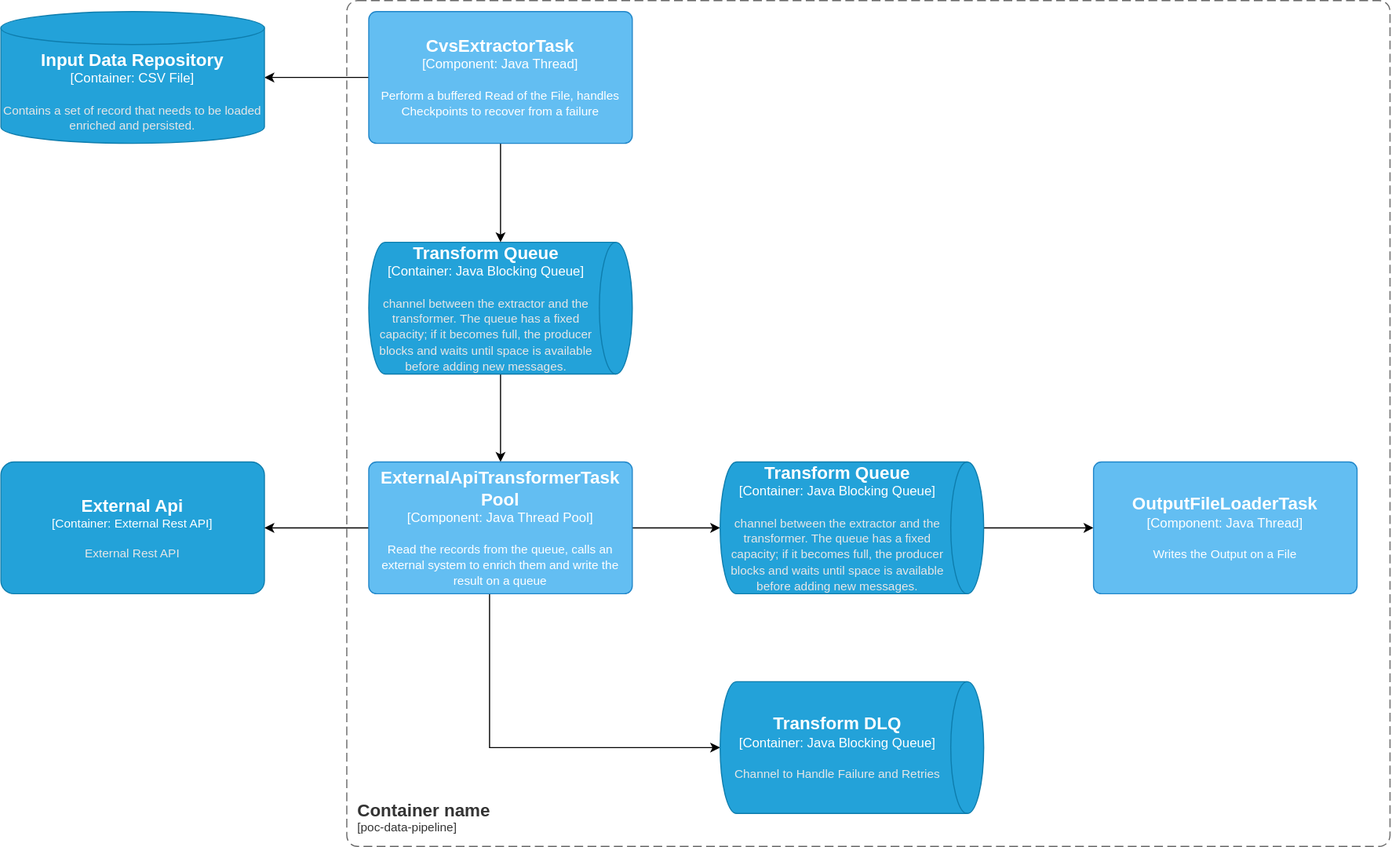
Earlier version of the draw.io export architecture.svg (ciro-morelli-poc/poc-data-pipeline). Source tidied: cells renumbered, new cells last; positions are measured from the earlier drawing's top-left corner, leaving out a move shared by most shapes. Source of this version:
```xml
<mxGraphModel>
  <root>
    <mxCell id="0" />
    <mxCell id="1" parent="0" />
    <mxCell id="2" style="edgeStyle=orthogonalEdgeStyle;rounded=0;jettySize=auto;html=1;" parent="1" edge="1" source="3" target="13">
      <mxGeometry relative="1" as="geometry" />
    </mxCell>
    <object id="3" label="&lt;font style=&quot;font-size: 16px&quot;&gt;&lt;b&gt;%c4Name%&lt;/b&gt;&lt;/font&gt;&lt;div&gt;[%c4Type%:&amp;nbsp;%c4Technology%]&lt;/div&gt;&lt;br&gt;&lt;div&gt;&lt;font style=&quot;font-size: 11px&quot;&gt;&lt;font color=&quot;#E6E6E6&quot;&gt;%c4Description%&lt;/font&gt;&lt;/div&gt;" c4Description="channel between the extractor and the transformer. The queue has a fixed capacity; if it becomes full, the producer blocks and waits until space is available before adding new messages." c4Name="Transform Queue" c4Technology="Java Blocking Queue" c4Type="Container" placeholders="1">
      <mxCell style="shape=cylinder3;size=15;direction=south;whiteSpace=wrap;html=1;boundedLbl=1;rounded=0;labelBackgroundColor=none;fillColor=#23A2D9;fontSize=12;fontColor=#ffffff;align=center;strokeColor=#0E7DAD;points=[[0.5,0,0],[1,0.25,0],[1,0.5,0],[1,0.75,0],[0.5,1,0],[0,0.75,0],[0,0.5,0],[0,0.25,0]];" parent="1" vertex="1">
        <mxGeometry x="335" y="220" width="240" height="120" as="geometry" />
      </mxCell>
    </object>
    <mxCell id="4" style="edgeStyle=orthogonalEdgeStyle;rounded=0;jettySize=auto;html=1;" parent="1" edge="1" source="15" target="3">
      <mxGeometry relative="1" as="geometry" />
    </mxCell>
    <mxCell id="5" style="edgeStyle=orthogonalEdgeStyle;rounded=0;jettySize=auto;html=1;" parent="1" edge="1" source="15" target="6">
      <mxGeometry relative="1" as="geometry" />
    </mxCell>
    <object id="6" label="&lt;font style=&quot;font-size: 16px&quot;&gt;&lt;b&gt;%c4Name%&lt;/b&gt;&lt;/font&gt;&lt;div&gt;[%c4Type%:&amp;nbsp;%c4Technology%]&lt;/div&gt;&lt;br&gt;&lt;div&gt;&lt;font style=&quot;font-size: 11px&quot;&gt;&lt;font color=&quot;#E6E6E6&quot;&gt;%c4Description%&lt;/font&gt;&lt;/div&gt;" c4Description="Contains a set of record that needs to be loaded enriched and persisted." c4Name="Input Data Repository" c4Technology="CSV File" c4Type="Container" placeholders="1">
      <mxCell style="shape=cylinder3;size=15;whiteSpace=wrap;html=1;boundedLbl=1;rounded=0;labelBackgroundColor=none;fillColor=#23A2D9;fontSize=12;fontColor=#ffffff;align=center;strokeColor=#0E7DAD;points=[[0.5,0,0],[1,0.25,0],[1,0.5,0],[1,0.75,0],[0.5,1,0],[0,0.75,0],[0,0.5,0],[0,0.25,0]];" parent="1" vertex="1">
        <mxGeometry y="10" width="240" height="120" as="geometry" />
      </mxCell>
    </object>
    <mxCell id="7" style="edgeStyle=orthogonalEdgeStyle;rounded=0;jettySize=auto;html=1;" parent="1" edge="1" source="13" target="11">
      <mxGeometry relative="1" as="geometry" />
    </mxCell>
    <mxCell id="8" style="edgeStyle=orthogonalEdgeStyle;rounded=0;jettySize=auto;html=1;" parent="1" edge="1" source="13" target="14">
      <mxGeometry relative="1" as="geometry">
        <Array as="points">
          <mxPoint x="445" y="680" />
        </Array>
      </mxGeometry>
    </mxCell>
    <object id="9" label="&lt;font style=&quot;font-size: 16px&quot;&gt;&lt;b&gt;%c4Name%&lt;/b&gt;&lt;/font&gt;&lt;div&gt;[%c4Type%: %c4Technology%]&lt;/div&gt;&lt;br&gt;&lt;div&gt;&lt;font style=&quot;font-size: 11px&quot;&gt;&lt;font color=&quot;#E6E6E6&quot;&gt;%c4Description%&lt;/font&gt;&lt;/div&gt;" c4Description="External Rest API" c4Name="External Api" c4Technology="External Rest API" c4Type="Container" placeholders="1">
      <mxCell style="rounded=1;whiteSpace=wrap;html=1;fontSize=11;labelBackgroundColor=none;fillColor=#23A2D9;fontColor=#ffffff;align=center;arcSize=10;strokeColor=#0E7DAD;points=[[0.25,0,0],[0.5,0,0],[0.75,0,0],[1,0.25,0],[1,0.5,0],[1,0.75,0],[0.75,1,0],[0.5,1,0],[0.25,1,0],[0,0.75,0],[0,0.5,0],[0,0.25,0]];" parent="1" vertex="1">
        <mxGeometry y="420" width="240" height="120" as="geometry" />
      </mxCell>
    </object>
    <mxCell id="10" style="edgeStyle=orthogonalEdgeStyle;rounded=0;jettySize=auto;html=1;" parent="1" edge="1" source="11" target="17">
      <mxGeometry relative="1" as="geometry" />
    </mxCell>
    <object id="11" label="&lt;font style=&quot;font-size: 16px&quot;&gt;&lt;b&gt;%c4Name%&lt;/b&gt;&lt;/font&gt;&lt;div&gt;[%c4Type%:&amp;nbsp;%c4Technology%]&lt;/div&gt;&lt;br&gt;&lt;div&gt;&lt;font style=&quot;font-size: 11px&quot;&gt;&lt;font color=&quot;#E6E6E6&quot;&gt;%c4Description%&lt;/font&gt;&lt;/div&gt;" c4Description="channel between the extractor and the transformer. The queue has a fixed capacity; if it becomes full, the producer blocks and waits until space is available before adding new messages." c4Name="Transform Queue" c4Technology="Java Blocking Queue" c4Type="Container" placeholders="1">
      <mxCell style="shape=cylinder3;size=15;direction=south;whiteSpace=wrap;html=1;boundedLbl=1;rounded=0;labelBackgroundColor=none;fillColor=#23A2D9;fontSize=12;fontColor=#ffffff;align=center;strokeColor=#0E7DAD;points=[[0.5,0,0],[1,0.25,0],[1,0.5,0],[1,0.75,0],[0.5,1,0],[0,0.75,0],[0,0.5,0],[0,0.25,0]];" parent="1" vertex="1">
        <mxGeometry x="655" y="420" width="240" height="120" as="geometry" />
      </mxCell>
    </object>
    <mxCell id="12" style="edgeStyle=orthogonalEdgeStyle;rounded=0;jettySize=auto;html=1;" parent="1" edge="1" source="13" target="9">
      <mxGeometry relative="1" as="geometry" />
    </mxCell>
    <object id="13" label="&lt;font style=&quot;font-size: 16px&quot;&gt;&lt;b&gt;%c4Name%&lt;/b&gt;&lt;/font&gt;&lt;div&gt;[%c4Type%: %c4Technology%]&lt;/div&gt;&lt;br&gt;&lt;div&gt;&lt;font style=&quot;font-size: 11px&quot;&gt;%c4Description%&lt;/font&gt;&lt;/div&gt;" c4Description="Read the records from the queue, calls an external system to enrich them and write the result on a queue" c4Name="ExternalApiTransformerTask Pool" c4Technology="Java Thread Pool" c4Type="Component" placeholders="1">
      <mxCell style="rounded=1;whiteSpace=wrap;html=1;labelBackgroundColor=none;fillColor=#63BEF2;fontColor=#ffffff;align=center;arcSize=6;strokeColor=#2086C9;points=[[0.25,0,0],[0.5,0,0],[0.75,0,0],[1,0.25,0],[1,0.5,0],[1,0.75,0],[0.75,1,0],[0.5,1,0],[0.25,1,0],[0,0.75,0],[0,0.5,0],[0,0.25,0]];" parent="1" vertex="1">
        <mxGeometry x="335" y="420" width="240" height="120" as="geometry" />
      </mxCell>
    </object>
    <object id="14" label="&lt;font style=&quot;font-size: 16px&quot;&gt;&lt;b&gt;%c4Name%&lt;/b&gt;&lt;/font&gt;&lt;div&gt;[%c4Type%:&amp;nbsp;%c4Technology%]&lt;/div&gt;&lt;br&gt;&lt;div&gt;&lt;font style=&quot;font-size: 11px&quot;&gt;&lt;font color=&quot;#E6E6E6&quot;&gt;%c4Description%&lt;/font&gt;&lt;/div&gt;" c4Description="Channel to Handle Failure and Retries" c4Name="Transform DLQ" c4Technology="Java Blocking Queue" c4Type="Container" placeholders="1">
      <mxCell style="shape=cylinder3;size=15;direction=south;whiteSpace=wrap;html=1;boundedLbl=1;rounded=0;labelBackgroundColor=none;fillColor=#23A2D9;fontSize=12;fontColor=#ffffff;align=center;strokeColor=#0E7DAD;points=[[0.5,0,0],[1,0.25,0],[1,0.5,0],[1,0.75,0],[0.5,1,0],[0,0.75,0],[0,0.5,0],[0,0.25,0]];" parent="1" vertex="1">
        <mxGeometry x="655" y="620" width="240" height="120" as="geometry" />
      </mxCell>
    </object>
    <object id="15" label="&lt;font style=&quot;font-size: 16px&quot;&gt;&lt;b&gt;%c4Name%&lt;/b&gt;&lt;/font&gt;&lt;div&gt;[%c4Type%: %c4Technology%]&lt;/div&gt;&lt;br&gt;&lt;div&gt;&lt;font style=&quot;font-size: 11px&quot;&gt;%c4Description%&lt;/font&gt;&lt;/div&gt;" c4Description="Perform a buffered Read of the File, handles Checkpoints to recover from a failure" c4Name="CvsExtractorTask" c4Technology="Java Thread" c4Type="Component" placeholders="1">
      <mxCell style="rounded=1;whiteSpace=wrap;html=1;labelBackgroundColor=none;fillColor=#63BEF2;fontColor=#ffffff;align=center;arcSize=6;strokeColor=#2086C9;points=[[0.25,0,0],[0.5,0,0],[0.75,0,0],[1,0.25,0],[1,0.5,0],[1,0.75,0],[0.75,1,0],[0.5,1,0],[0.25,1,0],[0,0.75,0],[0,0.5,0],[0,0.25,0]];" parent="1" vertex="1">
        <mxGeometry x="335" y="10" width="240" height="120" as="geometry" />
      </mxCell>
    </object>
    <object id="16" label="&lt;font style=&quot;font-size: 16px&quot;&gt;&lt;b&gt;&lt;div style=&quot;text-align: left&quot;&gt;%c4Name%&lt;/div&gt;&lt;/b&gt;&lt;/font&gt;&lt;div style=&quot;text-align: left&quot;&gt;[%c4Application%]&lt;/div&gt;" c4Application="poc-data-pipeline" c4Name="Container name" c4Type="ContainerScopeBoundary" placeholders="1">
      <mxCell style="rounded=1;fontSize=11;whiteSpace=wrap;html=1;dashed=1;arcSize=20;fillColor=none;strokeColor=#666666;fontColor=#333333;labelBackgroundColor=none;align=left;verticalAlign=bottom;labelBorderColor=none;spacingTop=0;spacing=10;dashPattern=8 4;perimeter=rectanglePerimeter;noLabel=0;labelPadding=0;absoluteArcSize=1;" parent="1" vertex="1">
        <mxGeometry x="315" width="950" height="770" as="geometry" />
      </mxCell>
    </object>
    <object id="17" label="&lt;font style=&quot;font-size: 16px&quot;&gt;&lt;b&gt;%c4Name%&lt;/b&gt;&lt;/font&gt;&lt;div&gt;[%c4Type%: %c4Technology%]&lt;/div&gt;&lt;br&gt;&lt;div&gt;&lt;font style=&quot;font-size: 11px&quot;&gt;%c4Description%&lt;/font&gt;&lt;/div&gt;" c4Description="Writes the Output on a File" c4Name="OutputFileLoaderTask" c4Technology="Java Thread" c4Type="Component" placeholders="1">
      <mxCell style="rounded=1;whiteSpace=wrap;html=1;labelBackgroundColor=none;fillColor=#63BEF2;fontColor=#ffffff;align=center;arcSize=6;strokeColor=#2086C9;points=[[0.25,0,0],[0.5,0,0],[0.75,0,0],[1,0.25,0],[1,0.5,0],[1,0.75,0],[0.75,1,0],[0.5,1,0],[0.25,1,0],[0,0.75,0],[0,0.5,0],[0,0.25,0]];" parent="1" vertex="1">
        <mxGeometry x="995" y="420" width="240" height="120" as="geometry" />
      </mxCell>
    </object>
  </root>
</mxGraphModel>
```
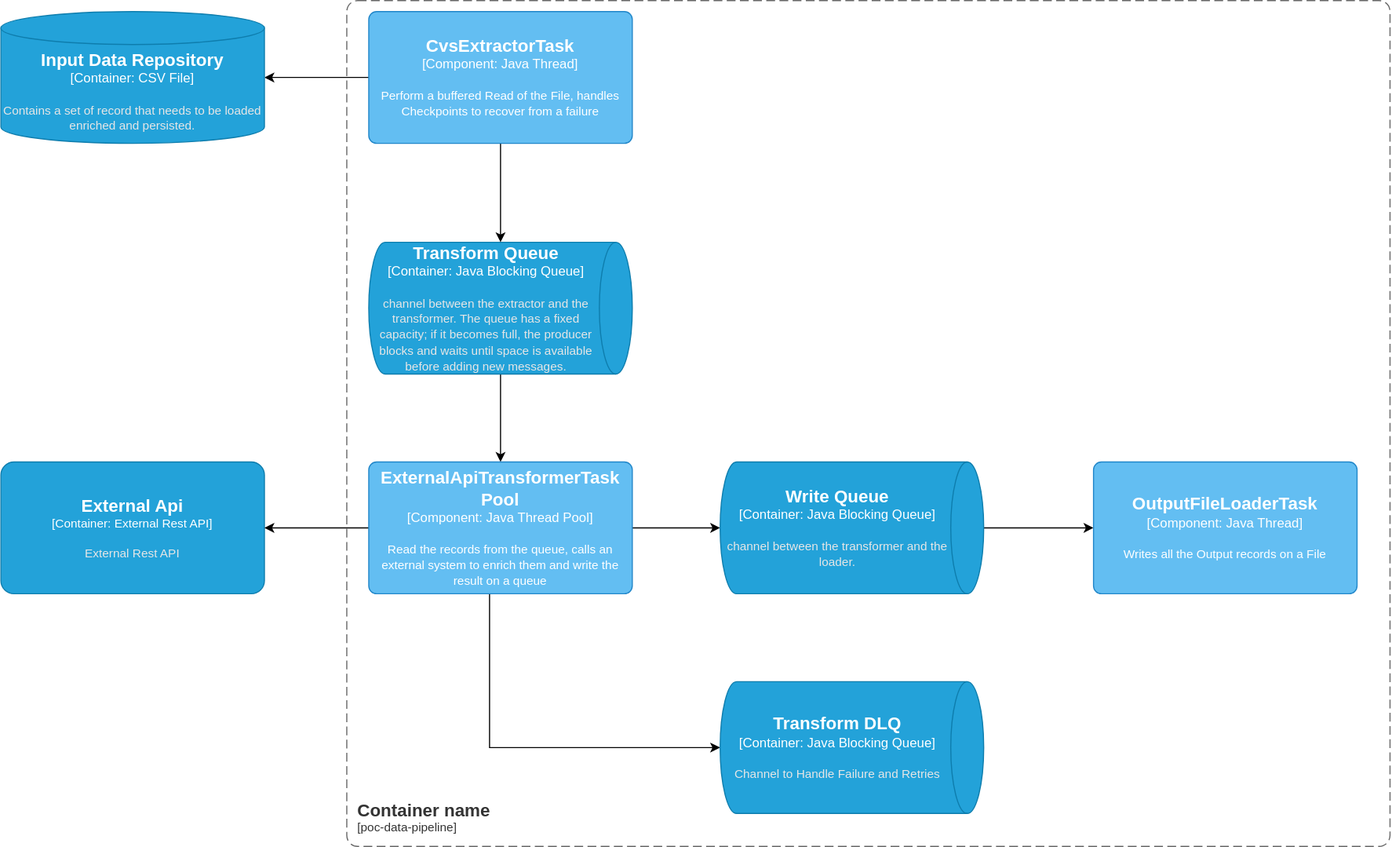
The same file after the commit.

Commit message:
docs(c4): correct typos

Diff of the diagram source:
```diff
@@ -39,7 +39,7 @@
     <mxCell id="10" style="edgeStyle=orthogonalEdgeStyle;rounded=0;jettySize=auto;html=1;" parent="1" edge="1" source="11" target="17">
       <mxGeometry relative="1" as="geometry" />
     </mxCell>
-    <object id="11" label="&lt;font style=&quot;font-size: 16px&quot;&gt;&lt;b&gt;%c4Name%&lt;/b&gt;&lt;/font&gt;&lt;div&gt;[%c4Type%:&amp;nbsp;%c4Technology%]&lt;/div&gt;&lt;br&gt;&lt;div&gt;&lt;font style=&quot;font-size: 11px&quot;&gt;&lt;font color=&quot;#E6E6E6&quot;&gt;%c4Description%&lt;/font&gt;&lt;/div&gt;" c4Description="channel between the extractor and the transformer. The queue has a fixed capacity; if it becomes full, the producer blocks and waits until space is available before adding new messages." c4Name="Transform Queue" c4Technology="Java Blocking Queue" c4Type="Container" placeholders="1">
+    <object id="11" label="&lt;font style=&quot;font-size: 16px&quot;&gt;&lt;b&gt;%c4Name%&lt;/b&gt;&lt;/font&gt;&lt;div&gt;[%c4Type%:&amp;nbsp;%c4Technology%]&lt;/div&gt;&lt;br&gt;&lt;div&gt;&lt;font style=&quot;font-size: 11px&quot;&gt;&lt;font color=&quot;#E6E6E6&quot;&gt;%c4Description%&lt;/font&gt;&lt;/div&gt;" c4Description="channel between the transformer and the loader." c4Name="Write Queue" c4Technology="Java Blocking Queue" c4Type="Container" placeholders="1">
       <mxCell style="shape=cylinder3;size=15;direction=south;whiteSpace=wrap;html=1;boundedLbl=1;rounded=0;labelBackgroundColor=none;fillColor=#23A2D9;fontSize=12;fontColor=#ffffff;align=center;strokeColor=#0E7DAD;points=[[0.5,0,0],[1,0.25,0],[1,0.5,0],[1,0.75,0],[0.5,1,0],[0,0.75,0],[0,0.5,0],[0,0.25,0]];" parent="1" vertex="1">
         <mxGeometry x="655" y="420" width="240" height="120" as="geometry" />
       </mxCell>
@@ -67,7 +67,7 @@
         <mxGeometry x="315" width="950" height="770" as="geometry" />
       </mxCell>
     </object>
-    <object id="17" label="&lt;font style=&quot;font-size: 16px&quot;&gt;&lt;b&gt;%c4Name%&lt;/b&gt;&lt;/font&gt;&lt;div&gt;[%c4Type%: %c4Technology%]&lt;/div&gt;&lt;br&gt;&lt;div&gt;&lt;font style=&quot;font-size: 11px&quot;&gt;%c4Description%&lt;/font&gt;&lt;/div&gt;" c4Description="Writes the Output on a File" c4Name="OutputFileLoaderTask" c4Technology="Java Thread" c4Type="Component" placeholders="1">
+    <object id="17" label="&lt;font style=&quot;font-size: 16px&quot;&gt;&lt;b&gt;%c4Name%&lt;/b&gt;&lt;/font&gt;&lt;div&gt;[%c4Type%: %c4Technology%]&lt;/div&gt;&lt;br&gt;&lt;div&gt;&lt;font style=&quot;font-size: 11px&quot;&gt;%c4Description%&lt;/font&gt;&lt;/div&gt;" c4Description="Writes all the Output records on a File" c4Name="OutputFileLoaderTask" c4Technology="Java Thread" c4Type="Component" placeholders="1">
       <mxCell style="rounded=1;whiteSpace=wrap;html=1;labelBackgroundColor=none;fillColor=#63BEF2;fontColor=#ffffff;align=center;arcSize=6;strokeColor=#2086C9;points=[[0.25,0,0],[0.5,0,0],[0.75,0,0],[1,0.25,0],[1,0.5,0],[1,0.75,0],[0.75,1,0],[0.5,1,0],[0.25,1,0],[0,0.75,0],[0,0.5,0],[0,0.25,0]];" parent="1" vertex="1">
         <mxGeometry x="995" y="420" width="240" height="120" as="geometry" />
       </mxCell>
```
